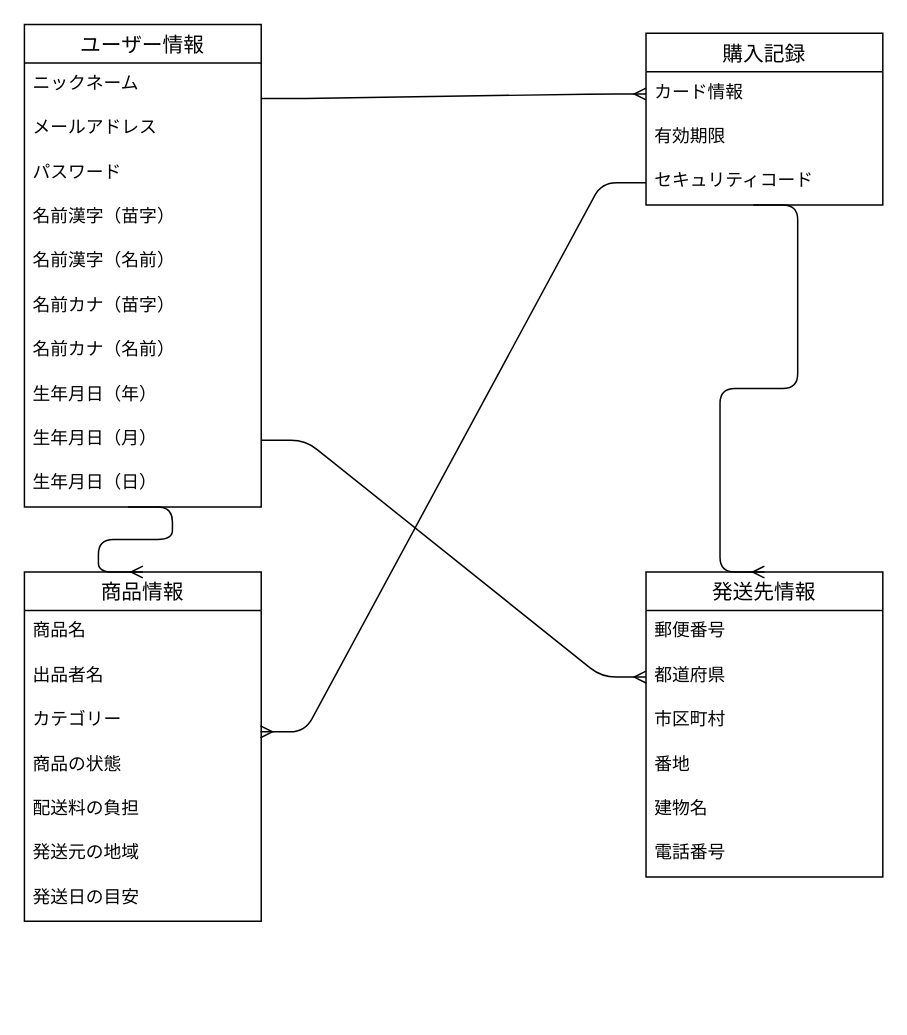
The draw.io diagram table.dio in yura1128/furima-39993, before the edit. Source tidied: cells renumbered, new cells numbered last; positions are measured from the earlier drawing's top-left corner, leaving out a move shared by most shapes. Both pictures are drawn from the tidied source at 148%, with x=0, y=0 at pixel (24, 24).
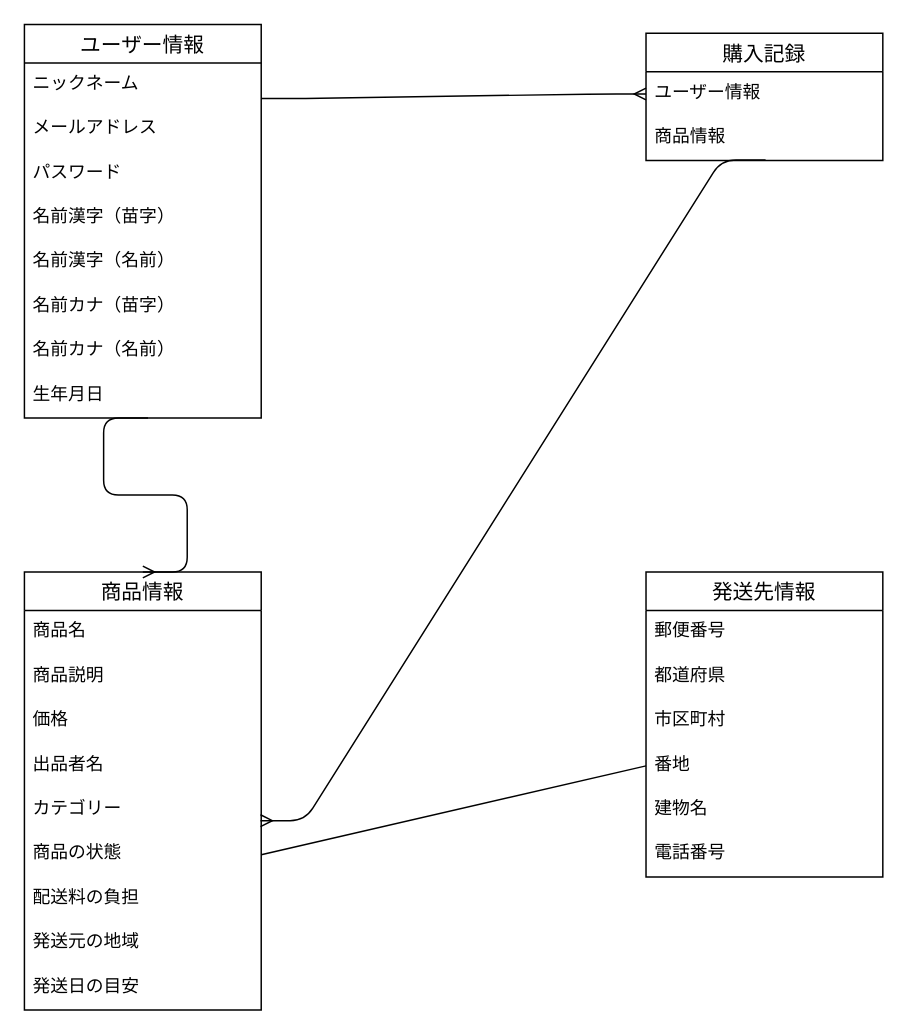
Above is the later version.

Commit message (it also covers changes not shown here):
コメント修正後

Unchanged cells that the change refers to:
```xml
<mxCell id="25" value="発送先情報" style="swimlane;fontStyle=0;horizontal=1;startSize=26;align=center;fontSize=14;" parent="1" vertex="1">
  <mxGeometry x="420" y="370" width="160" height="206" as="geometry" />
</mxCell>
<mxCell id="27" value="都道府県" style="text;strokeColor=none;fillColor=none;spacingLeft=4;spacingRight=4;overflow=hidden;points=[[0,0.5],[1,0.5]];portConstraint=eastwest;fontSize=12;" parent="25" vertex="1">
  <mxGeometry y="56" width="160" height="30" as="geometry" />
</mxCell>
<mxCell id="29" value="番地" style="text;strokeColor=none;fillColor=none;spacingLeft=4;spacingRight=4;overflow=hidden;points=[[0,0.5],[1,0.5]];portConstraint=eastwest;fontSize=12;" parent="25" vertex="1">
  <mxGeometry y="116" width="160" height="30" as="geometry" />
</mxCell>
```

Diff of the diagram source:
```diff
@@
     <mxCell id="2" value="ユーザー情報" style="swimlane;fontStyle=0;horizontal=1;startSize=26;align=center;fontSize=14;" parent="1" vertex="1">
-      <mxGeometry width="160" height="326" as="geometry" />
+      <mxGeometry width="160" height="266" as="geometry" />
     </mxCell>
@@
-    <mxCell id="10" value="生年月日（年）" style="text;strokeColor=none;fillColor=none;spacingLeft=4;spacingRight=4;overflow=hidden;points=[[0,0.5],[1,0.5]];portConstraint=eastwest;fontSize=12;" parent="2" vertex="1">
+    <mxCell id="10" value="生年月日" style="text;strokeColor=none;fillColor=none;spacingLeft=4;spacingRight=4;overflow=hidden;points=[[0,0.5],[1,0.5]];portConstraint=eastwest;fontSize=12;" parent="2" vertex="1">
       <mxGeometry y="236" width="160" height="30" as="geometry" />
     </mxCell>
-    <mxCell id="11" value="生年月日（月）" style="text;strokeColor=none;fillColor=none;spacingLeft=4;spacingRight=4;overflow=hidden;points=[[0,0.5],[1,0.5]];portConstraint=eastwest;fontSize=12;" parent="2" vertex="1">
-      <mxGeometry y="266" width="160" height="30" as="geometry" />
-    </mxCell>
-    <mxCell id="12" value="生年月日（日）" style="text;strokeColor=none;fillColor=none;spacingLeft=4;spacingRight=4;overflow=hidden;fontSize=12;" parent="2" vertex="1">
-      <mxGeometry y="296" width="160" height="30" as="geometry" />
-    </mxCell>
     <mxCell id="13" value="購入記録" style="swimlane;fontStyle=0;horizontal=1;startSize=26;align=center;fontSize=14;" parent="1" vertex="1">
-      <mxGeometry x="420" y="6" width="160" height="116" as="geometry" />
+      <mxGeometry x="420" y="6" width="160" height="86" as="geometry" />
     </mxCell>
-    <mxCell id="14" value="カード情報" style="text;strokeColor=none;fillColor=none;spacingLeft=4;spacingRight=4;overflow=hidden;points=[[0,0.5],[1,0.5]];portConstraint=eastwest;fontSize=12;" parent="13" vertex="1">
+    <mxCell id="14" value="ユーザー情報" style="text;strokeColor=none;fillColor=none;spacingLeft=4;spacingRight=4;overflow=hidden;points=[[0,0.5],[1,0.5]];portConstraint=eastwest;fontSize=12;" parent="13" vertex="1">
       <mxGeometry y="26" width="160" height="30" as="geometry" />
     </mxCell>
-    <mxCell id="15" value="有効期限" style="text;strokeColor=none;fillColor=none;spacingLeft=4;spacingRight=4;overflow=hidden;points=[[0,0.5],[1,0.5]];portConstraint=eastwest;fontSize=12;" parent="13" vertex="1">
+    <mxCell id="15" value="商品情報" style="text;strokeColor=none;fillColor=none;spacingLeft=4;spacingRight=4;overflow=hidden;points=[[0,0.5],[1,0.5]];portConstraint=eastwest;fontSize=12;" parent="13" vertex="1">
       <mxGeometry y="56" width="160" height="30" as="geometry" />
     </mxCell>
-    <mxCell id="16" value="セキュリティコード" style="text;strokeColor=none;fillColor=none;spacingLeft=4;spacingRight=4;overflow=hidden;points=[[0,0.5],[1,0.5]];portConstraint=eastwest;fontSize=12;" parent="13" vertex="1">
-      <mxGeometry y="86" width="160" height="30" as="geometry" />
-    </mxCell>
     <mxCell id="17" value="商品情報" style="swimlane;fontStyle=0;horizontal=1;startSize=26;align=center;fontSize=14;" parent="1" vertex="1">
-      <mxGeometry y="370" width="160" height="236" as="geometry" />
+      <mxGeometry y="370" width="160" height="296" as="geometry" />
     </mxCell>
@@
+    <mxCell id="37" value="商品説明" style="text;strokeColor=none;fillColor=none;spacingLeft=4;spacingRight=4;overflow=hidden;fontSize=12;" parent="17" vertex="1">
+      <mxGeometry y="56" width="160" height="30" as="geometry" />
+    </mxCell>
+    <mxCell id="38" value="価格" style="text;strokeColor=none;fillColor=none;spacingLeft=4;spacingRight=4;overflow=hidden;fontSize=12;" parent="17" vertex="1">
+      <mxGeometry y="86" width="160" height="30" as="geometry" />
+    </mxCell>
     <mxCell id="19" value="出品者名" style="text;strokeColor=none;fillColor=none;spacingLeft=4;spacingRight=4;overflow=hidden;fontSize=12;" parent="17" vertex="1">
-      <mxGeometry y="56" width="160" height="30" as="geometry" />
+      <mxGeometry y="116" width="160" height="30" as="geometry" />
     </mxCell>
     <mxCell id="20" value="カテゴリー" style="text;strokeColor=none;fillColor=none;spacingLeft=4;spacingRight=4;overflow=hidden;points=[[0,0.5],[1,0.5]];portConstraint=eastwest;fontSize=12;" parent="17" vertex="1">
-      <mxGeometry y="86" width="160" height="30" as="geometry" />
+      <mxGeometry y="146" width="160" height="30" as="geometry" />
     </mxCell>
     <mxCell id="21" value="商品の状態" style="text;strokeColor=none;fillColor=none;spacingLeft=4;spacingRight=4;overflow=hidden;points=[[0,0.5],[1,0.5]];portConstraint=eastwest;fontSize=12;" parent="17" vertex="1">
-      <mxGeometry y="116" width="160" height="30" as="geometry" />
+      <mxGeometry y="176" width="160" height="30" as="geometry" />
     </mxCell>
     <mxCell id="22" value="配送料の負担" style="text;strokeColor=none;fillColor=none;spacingLeft=4;spacingRight=4;overflow=hidden;fontSize=12;" parent="17" vertex="1">
-      <mxGeometry y="146" width="160" height="30" as="geometry" />
+      <mxGeometry y="206" width="160" height="30" as="geometry" />
     </mxCell>
     <mxCell id="23" value="発送元の地域" style="text;strokeColor=none;fillColor=none;spacingLeft=4;spacingRight=4;overflow=hidden;fontSize=12;" parent="17" vertex="1">
-      <mxGeometry y="176" width="160" height="30" as="geometry" />
+      <mxGeometry y="236" width="160" height="30" as="geometry" />
     </mxCell>
     <mxCell id="24" value="発送日の目安" style="text;strokeColor=none;fillColor=none;spacingLeft=4;spacingRight=4;overflow=hidden;fontSize=12;" parent="17" vertex="1">
-      <mxGeometry y="206" width="160" height="30" as="geometry" />
+      <mxGeometry y="266" width="160" height="30" as="geometry" />
     </mxCell>
@@
-    <mxCell id="32" style="edgeStyle=entityRelationEdgeStyle;fontSize=12;html=1;endArrow=ERmany;exitX=1;exitY=0.5;exitDx=0;exitDy=0;entryX=0;entryY=0.5;entryDx=0;entryDy=0;" parent="1" edge="1" source="11" target="27">
-      <mxGeometry relative="1" as="geometry" />
-    </mxCell>
-    <mxCell id="33" style="edgeStyle=entityRelationEdgeStyle;fontSize=12;html=1;endArrow=ERmany;exitX=1;exitY=0.5;exitDx=0;exitDy=0;entryX=0.5;entryY=0;entryDx=0;entryDy=0;" parent="1" edge="1" target="17">
-      <mxGeometry relative="1" as="geometry">
-        <mxPoint x="70" y="326" as="sourcePoint" />
-      </mxGeometry>
+    <mxCell id="33" style="edgeStyle=entityRelationEdgeStyle;fontSize=12;html=1;endArrow=ERmany;entryX=0.5;entryY=0;entryDx=0;entryDy=0;exitX=0.522;exitY=1;exitDx=0;exitDy=0;exitPerimeter=0;" parent="1" edge="1" source="10" target="17">
+      <mxGeometry relative="1" as="geometry" />
     </mxCell>
@@
-    <mxCell id="35" style="edgeStyle=entityRelationEdgeStyle;fontSize=12;html=1;endArrow=ERmany;exitX=0.453;exitY=1;exitDx=0;exitDy=0;exitPerimeter=0;entryX=0.5;entryY=0;entryDx=0;entryDy=0;" parent="1" edge="1" source="16" target="25">
-      <mxGeometry relative="1" as="geometry" />
-    </mxCell>
-    <mxCell id="36" style="edgeStyle=entityRelationEdgeStyle;fontSize=12;html=1;endArrow=ERmany;entryX=0.997;entryY=0.733;entryDx=0;entryDy=0;entryPerimeter=0;" parent="1" edge="1" source="16" target="20">
+    <mxCell id="36" style="edgeStyle=entityRelationEdgeStyle;fontSize=12;html=1;endArrow=ERmany;entryX=0.997;entryY=0.733;entryDx=0;entryDy=0;entryPerimeter=0;exitX=0.505;exitY=0.987;exitDx=0;exitDy=0;exitPerimeter=0;" parent="1" edge="1" source="15" target="20">
       <mxGeometry relative="1" as="geometry" />
     </mxCell>
+    <mxCell id="39" style="endArrow=none;html=1;rounded=0;exitX=1;exitY=0.5;exitDx=0;exitDy=0;entryX=0;entryY=0.5;entryDx=0;entryDy=0;" parent="1" edge="1" source="21" target="29">
+      <mxGeometry relative="1" as="geometry" />
+    </mxCell>
```
